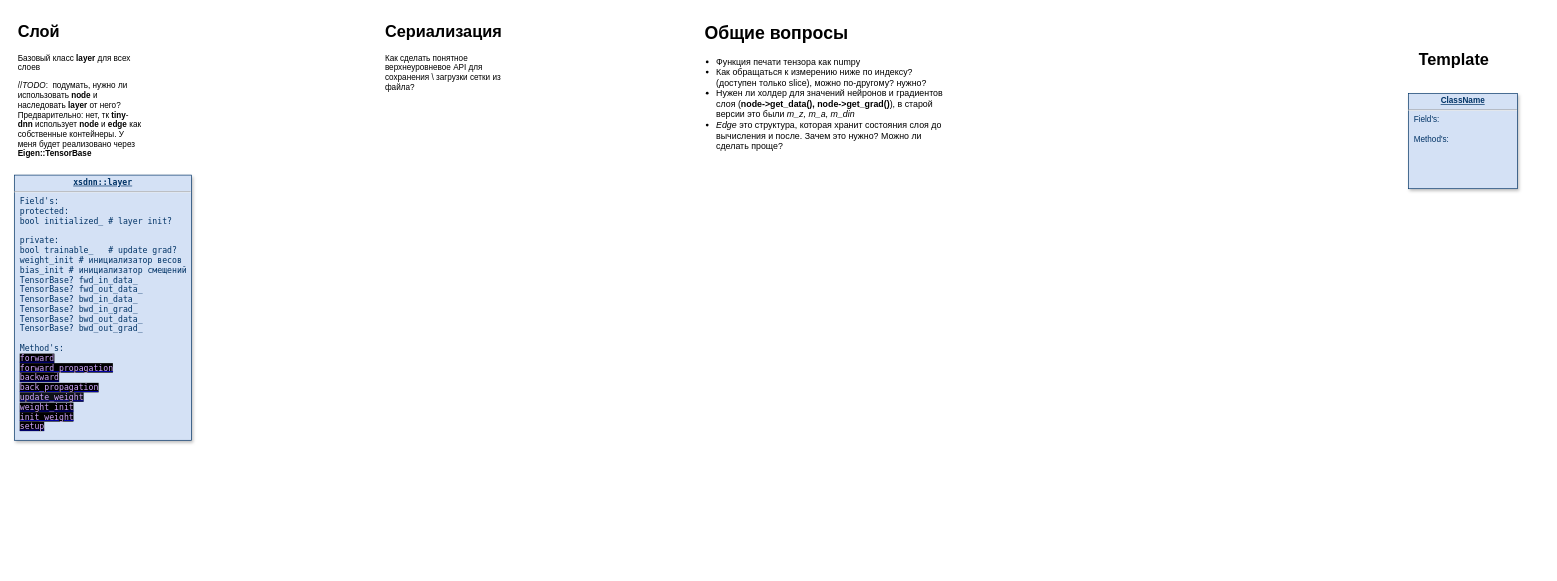
Above: page "xsdnn::main" (1 of 9) of logic.drawio in xsdnn/xsdnn (draw.io), before the change. Source tidied: cells renumbered, new cells numbered last; positions are measured from the earlier drawing's top-left corner, leaving out a move shared by most shapes. Both pictures are drawn from the tidied source at 68%, with x=0, y=0 at pixel (14, 18).
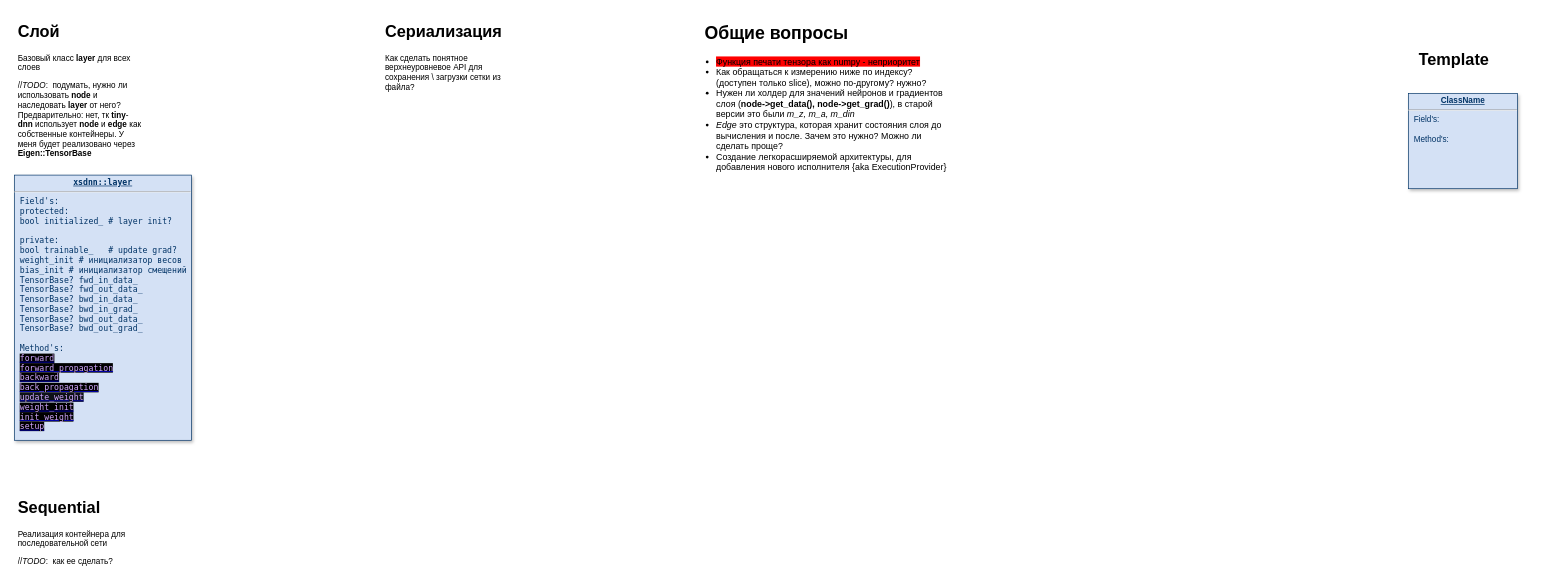
After the change.

What changed in the source:
```diff
@@
 <mxGraphModel>
   <root>
     <mxCell id="0" />
     <mxCell id="1" parent="0" />
     <mxCell id="2" value="&lt;p style=&quot;margin: 0px; margin-top: 4px; text-align: center; text-decoration: underline;&quot;&gt;&lt;strong&gt;ClassName&lt;/strong&gt;&lt;/p&gt;&lt;hr&gt;&lt;p style=&quot;margin: 0px; margin-left: 8px;&quot;&gt;Field's:&lt;/p&gt;&lt;p style=&quot;margin: 0px; margin-left: 8px;&quot;&gt;&lt;br&gt;&lt;/p&gt;&lt;p style=&quot;margin: 0px; margin-left: 8px;&quot;&gt;Method's:&lt;/p&gt;" style="verticalAlign=top;align=left;overflow=fill;fontSize=12;fontFamily=Helvetica;html=1;strokeColor=#003366;shadow=1;fillColor=#D4E1F5;fontColor=#003366;" parent="1" vertex="1">
       <mxGeometry x="2050" y="110" width="160" height="140" as="geometry" />
     </mxCell>
     <mxCell id="3" value="&lt;h1&gt;Слой&lt;/h1&gt;&lt;p&gt;Базовый класс &lt;b&gt;layer &lt;/b&gt;для всех слоев&lt;/p&gt;&lt;p&gt;&lt;span style=&quot;text-align: center;&quot;&gt;//&lt;i&gt;TODO&lt;/i&gt;:&amp;nbsp; подумать, нужно ли использовать &lt;b&gt;node&lt;/b&gt; и наследовать &lt;b&gt;layer&lt;/b&gt; от него? Предварительно: нет, тк &lt;b&gt;tiny&lt;/b&gt;-&lt;b&gt;dnn&lt;/b&gt; использует &lt;b&gt;node&lt;/b&gt; и &lt;b&gt;edge&lt;/b&gt; как собственные контейнеры. У меня будет реализовано через &lt;b&gt;Eigen::TensorBase&lt;/b&gt;&lt;/span&gt;&lt;br&gt;&lt;/p&gt;&lt;p&gt;&lt;br&gt;&lt;/p&gt;" style="text;html=1;strokeColor=none;fillColor=none;spacing=5;spacingTop=-20;whiteSpace=wrap;overflow=hidden;rounded=0;" parent="1" vertex="1">
       <mxGeometry width="190" height="250" as="geometry" />
     </mxCell>
     <mxCell id="4" value="&lt;h1&gt;Template&lt;/h1&gt;" style="text;html=1;strokeColor=none;fillColor=none;spacing=5;spacingTop=-20;whiteSpace=wrap;overflow=hidden;rounded=0;" parent="1" vertex="1">
       <mxGeometry x="2060" y="40" width="190" height="50" as="geometry" />
     </mxCell>
     <mxCell id="5" value="&lt;p style=&quot;margin: 0px; margin-top: 4px; text-align: center; text-decoration: underline;&quot;&gt;&lt;b&gt;xsdnn::layer&lt;/b&gt;&lt;/p&gt;&lt;hr&gt;&lt;p style=&quot;margin: 0px; margin-left: 8px;&quot;&gt;Field's:&lt;/p&gt;&lt;p style=&quot;margin: 0px; margin-left: 8px;&quot;&gt;protected:&lt;/p&gt;&lt;p style=&quot;margin: 0px; margin-left: 8px;&quot;&gt;bool initialized_ # layer init?&lt;/p&gt;&lt;p style=&quot;margin: 0px; margin-left: 8px;&quot;&gt;&lt;br&gt;&lt;/p&gt;&lt;p style=&quot;margin: 0px; margin-left: 8px;&quot;&gt;private:&lt;/p&gt;&lt;p style=&quot;margin: 0px 0px 0px 8px;&quot;&gt;bool trainable_&amp;nbsp; &amp;nbsp;# update grad?&lt;/p&gt;&lt;p style=&quot;margin: 0px 0px 0px 8px;&quot;&gt;weight_init # инициализатор весов&lt;/p&gt;&lt;p style=&quot;margin: 0px 0px 0px 8px;&quot;&gt;bias_init # инициализатор смещений&lt;/p&gt;&lt;p style=&quot;margin: 0px; margin-left: 8px;&quot;&gt;TensorBase? fwd_in_data_&lt;/p&gt;&lt;p style=&quot;margin: 0px; margin-left: 8px;&quot;&gt;TensorBase? fwd_out_data_&lt;br&gt;&lt;/p&gt;&lt;p style=&quot;margin: 0px; margin-left: 8px;&quot;&gt;TensorBase? bwd_in_data_&lt;br&gt;&lt;/p&gt;&lt;p style=&quot;margin: 0px; margin-left: 8px;&quot;&gt;TensorBase? bwd_in_grad_&lt;br&gt;&lt;/p&gt;&lt;p style=&quot;margin: 0px; margin-left: 8px;&quot;&gt;TensorBase? bwd_out_data_&lt;br&gt;&lt;/p&gt;&lt;p style=&quot;margin: 0px; margin-left: 8px;&quot;&gt;TensorBase? bwd_out_grad_&lt;br&gt;&lt;/p&gt;&lt;p style=&quot;margin: 0px; margin-left: 8px;&quot;&gt;&lt;br&gt;&lt;/p&gt;&lt;p style=&quot;margin: 0px; margin-left: 8px;&quot;&gt;Method's:&lt;/p&gt;&lt;p style=&quot;margin: 0px; margin-left: 8px;&quot;&gt;&lt;a href=&quot;data:page/id,acLyr5f8MV2qwVlqdKkI&quot;&gt;&lt;font face=&quot;ui-monospace, SFMono-Regular, SF Mono, Menlo, Consolas, Liberation Mono, monospace&quot; color=&quot;#d2a8ff&quot; style=&quot;background-color: rgb(0, 0, 0);&quot;&gt;forward&lt;/font&gt;&lt;/a&gt;&lt;/p&gt;&lt;p style=&quot;margin: 0px; margin-left: 8px;&quot;&gt;&lt;a href=&quot;data:page/id,P51iXEZZl-BP7aw9WZGj&quot;&gt;&lt;font face=&quot;ui-monospace, SFMono-Regular, SF Mono, Menlo, Consolas, Liberation Mono, monospace&quot; color=&quot;#d2a8ff&quot; style=&quot;background-color: rgb(0, 0, 0);&quot;&gt;forward_propagation&lt;/font&gt;&lt;/a&gt;&lt;/p&gt;&lt;p style=&quot;margin: 0px; margin-left: 8px;&quot;&gt;&lt;a href=&quot;data:page/id,9vZ8QekkStvvB2-BGn0U&quot;&gt;&lt;font face=&quot;ui-monospace, SFMono-Regular, SF Mono, Menlo, Consolas, Liberation Mono, monospace&quot; color=&quot;#d2a8ff&quot; style=&quot;background-color: rgb(0, 0, 0);&quot;&gt;backward&lt;/font&gt;&lt;/a&gt;&lt;/p&gt;&lt;p style=&quot;margin: 0px; margin-left: 8px;&quot;&gt;&lt;a href=&quot;data:page/id,YzGOiIOgP3fO_uxTNOQc&quot;&gt;&lt;font face=&quot;ui-monospace, SFMono-Regular, SF Mono, Menlo, Consolas, Liberation Mono, monospace&quot; color=&quot;#d2a8ff&quot; style=&quot;background-color: rgb(0, 0, 0);&quot;&gt;back_propagation&lt;/font&gt;&lt;/a&gt;&lt;/p&gt;&lt;p style=&quot;margin: 0px; margin-left: 8px;&quot;&gt;&lt;span style=&quot;font-family: ui-monospace, SFMono-Regular, &amp;quot;SF Mono&amp;quot;, Menlo, Consolas, &amp;quot;Liberation Mono&amp;quot;, monospace; background-color: rgb(13, 17, 23);&quot;&gt;&lt;a style=&quot;&quot; href=&quot;data:page/id,1ntwXYWYcS74xLM6uAJB&quot;&gt;&lt;font color=&quot;#d2a8ff&quot;&gt;update_weight&lt;/font&gt;&lt;/a&gt;&lt;/span&gt;&lt;br&gt;&lt;/p&gt;&lt;p style=&quot;margin: 0px; margin-left: 8px;&quot;&gt;&lt;a style=&quot;background-color: rgb(0, 0, 0);&quot; href=&quot;data:page/id,imFPhnd7Cz6RNdqDAHEO&quot;&gt;&lt;font face=&quot;ui-monospace, SFMono-Regular, SF Mono, Menlo, Consolas, Liberation Mono, monospace&quot; color=&quot;#d2a8ff&quot;&gt;weight_init&lt;/font&gt;&lt;/a&gt;&lt;/p&gt;&lt;p style=&quot;margin: 0px; margin-left: 8px;&quot;&gt;&lt;a style=&quot;background-color: rgb(0, 0, 0);&quot; href=&quot;data:page/id,p6dzrHT5QFA6u9v4Chr_&quot;&gt;&lt;font color=&quot;#d2a8ff&quot;&gt;init_weight&lt;/font&gt;&lt;/a&gt;&lt;/p&gt;&lt;p style=&quot;margin: 0px; margin-left: 8px;&quot;&gt;&lt;a style=&quot;background-color: rgb(0, 0, 0);&quot; href=&quot;data:page/id,uzz6QVAgYd6YLyIYvyyA&quot;&gt;&lt;font color=&quot;#d2a8ff&quot;&gt;setup&lt;/font&gt;&lt;/a&gt;&lt;/p&gt;" style="verticalAlign=top;align=left;overflow=fill;fontSize=12;fontFamily=ui-monospace, SFMono-Regular, &quot;SF Mono&quot;, Menlo, Consolas, &quot;Liberation Mono&quot;, monospace;html=1;strokeColor=#003366;shadow=1;fillColor=#D4E1F5;fontColor=#003366;" parent="1" vertex="1">
       <mxGeometry y="230" width="260" height="390" as="geometry" />
     </mxCell>
     <mxCell id="6" value="&lt;h1&gt;Сериализация&lt;/h1&gt;&lt;p&gt;Как сделать понятное верхнеуровневое API для сохранения \ загрузки сетки из файла?&amp;nbsp;&lt;/p&gt;" style="text;html=1;strokeColor=none;fillColor=none;spacing=5;spacingTop=-20;whiteSpace=wrap;overflow=hidden;rounded=0;" parent="1" vertex="1">
       <mxGeometry x="540" width="190" height="120" as="geometry" />
     </mxCell>
     <mxCell id="7" value="&lt;h1&gt;Общие вопросы&lt;/h1&gt;&lt;p&gt;&lt;br&gt;&lt;/p&gt;" style="text;html=1;strokeColor=none;fillColor=none;spacing=5;spacingTop=-20;whiteSpace=wrap;overflow=hidden;rounded=0;fontSize=13;" parent="1" vertex="1">
       <mxGeometry x="1010" width="270" height="120" as="geometry" />
     </mxCell>
-    <mxCell id="8" value="&lt;ul&gt;&lt;li&gt;Функция печати тензора как numpy&lt;/li&gt;&lt;li&gt;Как обращаться к измерению ниже по индексу? (доступен только slice), можно по-другому? нужно?&amp;nbsp;&lt;/li&gt;&lt;li&gt;Нужен ли холдер для значений нейронов и градиентов слоя (&lt;b&gt;node-&amp;gt;get_data(), node-&amp;gt;get_grad()&lt;/b&gt;), в старой версии это были &lt;i&gt;m_z, m_a, m_din&lt;/i&gt;&lt;/li&gt;&lt;li&gt;&lt;i&gt;Edge &lt;/i&gt;это структура, которая хранит состояния слоя до вычисления и после. Зачем это нужно? Можно ли сделать проще?&lt;/li&gt;&lt;/ul&gt;" style="text;strokeColor=none;fillColor=none;html=1;whiteSpace=wrap;verticalAlign=middle;overflow=hidden;fontSize=13;" parent="1" vertex="1">
-      <mxGeometry x="990" y="40" width="390" height="170" as="geometry" />
+    <mxCell id="8" value="&lt;ul&gt;&lt;li&gt;&lt;span style=&quot;background-color: rgb(255, 0, 0);&quot;&gt;Функция печати тензора как numpy - неприоритет&lt;/span&gt;&lt;/li&gt;&lt;li&gt;Как обращаться к измерению ниже по индексу? (доступен только slice), можно по-другому? нужно?&amp;nbsp;&lt;/li&gt;&lt;li&gt;Нужен ли холдер для значений нейронов и градиентов слоя (&lt;b&gt;node-&amp;gt;get_data(), node-&amp;gt;get_grad()&lt;/b&gt;), в старой версии это были &lt;i&gt;m_z, m_a, m_din&lt;/i&gt;&lt;/li&gt;&lt;li&gt;&lt;i&gt;Edge &lt;/i&gt;это структура, которая хранит состояния слоя до вычисления и после. Зачем это нужно? Можно ли сделать проще?&lt;/li&gt;&lt;li&gt;Создание легкорасширяемой архитектуры, для добавления нового исполнителя {aka ExecutionProvider}&lt;/li&gt;&lt;/ul&gt;" style="text;strokeColor=none;fillColor=none;html=1;whiteSpace=wrap;verticalAlign=middle;overflow=hidden;fontSize=13;" parent="1" vertex="1">
+      <mxGeometry x="990" y="40" width="390" height="190" as="geometry" />
     </mxCell>
+    <mxCell id="9" value="&lt;h1&gt;Sequential&lt;/h1&gt;&lt;p&gt;Реализация контейнера для&amp;nbsp; последовательной сети&lt;/p&gt;&lt;p&gt;&lt;span style=&quot;text-align: center;&quot;&gt;//&lt;i&gt;TODO&lt;/i&gt;:&amp;nbsp; как ее сделать?&lt;/span&gt;&lt;br&gt;&lt;/p&gt;&lt;p&gt;&lt;br&gt;&lt;/p&gt;" style="text;html=1;strokeColor=none;fillColor=none;spacing=5;spacingTop=-20;whiteSpace=wrap;overflow=hidden;rounded=0;" parent="1" vertex="1">
+      <mxGeometry y="700" width="190" height="110" as="geometry" />
+    </mxCell>
   </root>
 </mxGraphModel>
```
